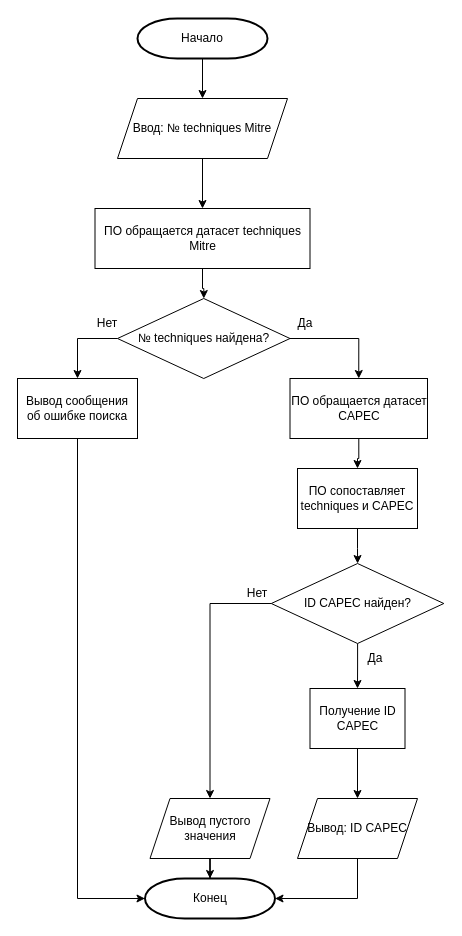
This is Algorithm_OPZ/(1. ВД) Алгоритм Генерация CAPEC.drawio from SmirnovBogdan8/Diplom, a draw.io file, before an edit. Source tidied: cells renumbered, new cells numbered last; positions are measured from the earlier drawing's top-left corner, leaving out a move shared by most shapes. Both pictures are drawn from the tidied source at 100%, with x=0, y=0 at pixel (17, 18).
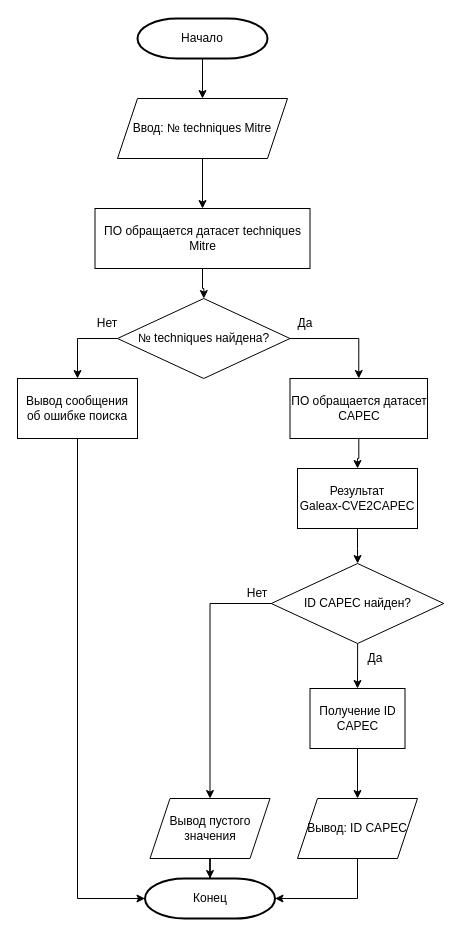
Above is the later version.

Commit message (it also covers changes not shown here):
Внесение программ Galeax-CVE2CAPEC и SSVC Calculator

The edit, as a diff of the source:
```diff
@@
-    <mxCell id="15" value="ПО сопоставляет techniques и CAPEC" style="rounded=0;whiteSpace=wrap;html=1;" parent="1" vertex="1">
+    <mxCell id="15" value="&lt;div&gt;Результат&lt;/div&gt;Galeax-CVE2CAPEC" style="rounded=0;whiteSpace=wrap;html=1;" parent="1" vertex="1">
       <mxGeometry x="280" y="450" width="120" height="60" as="geometry" />
     </mxCell>
```
